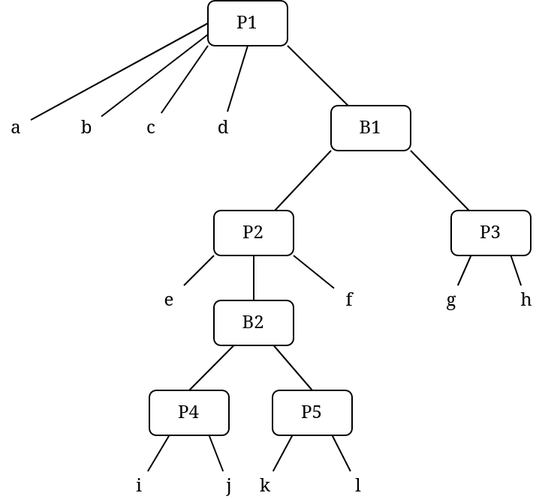
Earlier version of the draw.io export resources/cook_rpst.png (guillempla/bpmn-to-text). Source tidied: cells renumbered, new cells last; positions are measured from the earlier drawing's top-left corner, leaving out a move shared by most shapes. Source of this version:
```xml
<mxGraphModel>
  <root>
    <mxCell id="0" />
    <mxCell id="1" parent="0" />
    <mxCell id="2" style="jettySize=auto;html=1;exitX=0;exitY=0.5;exitDx=0;exitDy=0;jumpStyle=none;endArrow=none;endFill=0;rounded=0;" parent="1" edge="1" source="7" target="8">
      <mxGeometry relative="1" as="geometry" />
    </mxCell>
    <mxCell id="3" style="jettySize=auto;html=1;exitX=0;exitY=0.75;exitDx=0;exitDy=0;endArrow=none;endFill=0;rounded=0;" parent="1" edge="1" source="7" target="9">
      <mxGeometry relative="1" as="geometry" />
    </mxCell>
    <mxCell id="4" style="jettySize=auto;html=1;exitX=0;exitY=1;exitDx=0;exitDy=0;endArrow=none;endFill=0;rounded=0;" parent="1" edge="1" source="7" target="10">
      <mxGeometry relative="1" as="geometry" />
    </mxCell>
    <mxCell id="5" style="jettySize=auto;html=1;exitX=0.5;exitY=1;exitDx=0;exitDy=0;entryX=0.65;entryY=-0.05;entryDx=0;entryDy=0;entryPerimeter=0;endArrow=none;endFill=0;rounded=0;" parent="1" edge="1" source="7" target="11">
      <mxGeometry relative="1" as="geometry" />
    </mxCell>
    <mxCell id="6" style="jumpStyle=none;jettySize=auto;html=1;exitX=1;exitY=1;exitDx=0;exitDy=0;endArrow=none;endFill=0;rounded=0;" parent="1" edge="1" source="7" target="14">
      <mxGeometry relative="1" as="geometry" />
    </mxCell>
    <mxCell id="7" value="&lt;font face=&quot;Computer Modern&quot;&gt;P1&lt;/font&gt;" style="rounded=1;whiteSpace=wrap;html=1;" parent="1" vertex="1">
      <mxGeometry x="138" width="53" height="30" as="geometry" />
    </mxCell>
    <mxCell id="8" value="&lt;font face=&quot;Computer Modern&quot;&gt;a&lt;/font&gt;" style="text;html=1;align=center;verticalAlign=middle;points=[];strokeColor=none;fillColor=none;" parent="1" vertex="1">
      <mxGeometry y="75" width="20" height="20" as="geometry" />
    </mxCell>
    <mxCell id="9" value="&lt;font face=&quot;Computer Modern&quot;&gt;b&lt;/font&gt;" style="text;html=1;align=center;verticalAlign=middle;points=[];strokeColor=none;fillColor=none;" parent="1" vertex="1">
      <mxGeometry x="47" y="75" width="20" height="20" as="geometry" />
    </mxCell>
    <mxCell id="10" value="&lt;font face=&quot;Computer Modern&quot;&gt;c&lt;/font&gt;" style="text;html=1;align=center;verticalAlign=middle;points=[];strokeColor=none;fillColor=none;" parent="1" vertex="1">
      <mxGeometry x="90" y="75" width="20" height="20" as="geometry" />
    </mxCell>
    <mxCell id="11" value="&lt;font face=&quot;Computer Modern&quot;&gt;d&lt;/font&gt;" style="text;html=1;align=center;verticalAlign=middle;points=[];strokeColor=none;fillColor=none;" parent="1" vertex="1">
      <mxGeometry x="138" y="75" width="20" height="20" as="geometry" />
    </mxCell>
    <mxCell id="12" style="jumpStyle=none;jettySize=auto;html=1;exitX=0;exitY=1;exitDx=0;exitDy=0;shadow=0;sketch=0;endArrow=none;endFill=0;rounded=0;" parent="1" edge="1" source="14" target="18">
      <mxGeometry relative="1" as="geometry" />
    </mxCell>
    <mxCell id="13" style="jumpStyle=none;jettySize=auto;html=1;exitX=1;exitY=1;exitDx=0;exitDy=0;endArrow=none;endFill=0;rounded=0;" parent="1" edge="1" source="14" target="21">
      <mxGeometry relative="1" as="geometry" />
    </mxCell>
    <mxCell id="14" value="&lt;font face=&quot;Computer Modern&quot;&gt;B1&lt;/font&gt;" style="rounded=1;whiteSpace=wrap;html=1;" parent="1" vertex="1">
      <mxGeometry x="220" y="70" width="53" height="30" as="geometry" />
    </mxCell>
    <mxCell id="15" style="sketch=0;jumpStyle=none;jettySize=auto;html=1;exitX=0;exitY=1;exitDx=0;exitDy=0;shadow=0;endArrow=none;endFill=0;rounded=0;" parent="1" edge="1" source="18" target="27">
      <mxGeometry relative="1" as="geometry" />
    </mxCell>
    <mxCell id="16" style="sketch=0;jumpStyle=none;jettySize=auto;html=1;exitX=1;exitY=1;exitDx=0;exitDy=0;shadow=0;endArrow=none;endFill=0;rounded=0;" parent="1" edge="1" source="18" target="28">
      <mxGeometry relative="1" as="geometry" />
    </mxCell>
    <mxCell id="17" style="edgeStyle=orthogonalEdgeStyle;curved=1;sketch=0;jumpStyle=none;jettySize=auto;html=1;exitX=0.5;exitY=1;exitDx=0;exitDy=0;entryX=0.5;entryY=0;entryDx=0;entryDy=0;shadow=0;endArrow=none;endFill=0;" parent="1" edge="1" source="18" target="26">
      <mxGeometry relative="1" as="geometry" />
    </mxCell>
    <mxCell id="18" value="&lt;font face=&quot;Computer Modern&quot;&gt;P2&lt;/font&gt;" style="rounded=1;whiteSpace=wrap;html=1;" parent="1" vertex="1">
      <mxGeometry x="142" y="140" width="53" height="30" as="geometry" />
    </mxCell>
    <mxCell id="19" style="edgeStyle=none;rounded=0;sketch=0;jumpStyle=none;jettySize=auto;html=1;exitX=0.25;exitY=1;exitDx=0;exitDy=0;shadow=0;endArrow=none;endFill=0;" parent="1" edge="1" source="21" target="22">
      <mxGeometry relative="1" as="geometry" />
    </mxCell>
    <mxCell id="20" style="edgeStyle=none;rounded=0;sketch=0;jumpStyle=none;jettySize=auto;html=1;exitX=0.75;exitY=1;exitDx=0;exitDy=0;shadow=0;endArrow=none;endFill=0;" parent="1" edge="1" source="21" target="23">
      <mxGeometry relative="1" as="geometry" />
    </mxCell>
    <mxCell id="21" value="&lt;font face=&quot;Computer Modern&quot;&gt;P3&lt;/font&gt;" style="rounded=1;whiteSpace=wrap;html=1;" parent="1" vertex="1">
      <mxGeometry x="300" y="140" width="53" height="30" as="geometry" />
    </mxCell>
    <mxCell id="22" value="&lt;font face=&quot;Computer Modern&quot;&gt;g&lt;/font&gt;" style="text;html=1;align=center;verticalAlign=middle;points=[];strokeColor=none;fillColor=none;" parent="1" vertex="1">
      <mxGeometry x="290" y="190" width="20" height="20" as="geometry" />
    </mxCell>
    <mxCell id="23" value="&lt;font face=&quot;Computer Modern&quot;&gt;h&lt;/font&gt;" style="text;html=1;align=center;verticalAlign=middle;points=[];strokeColor=none;fillColor=none;" parent="1" vertex="1">
      <mxGeometry x="340" y="190" width="20" height="20" as="geometry" />
    </mxCell>
    <mxCell id="24" style="edgeStyle=none;rounded=0;sketch=0;jumpStyle=none;jettySize=auto;html=1;exitX=0.25;exitY=1;exitDx=0;exitDy=0;entryX=0.5;entryY=0;entryDx=0;entryDy=0;shadow=0;endArrow=none;endFill=0;" parent="1" edge="1" source="26" target="31">
      <mxGeometry relative="1" as="geometry" />
    </mxCell>
    <mxCell id="25" style="edgeStyle=none;rounded=0;sketch=0;jumpStyle=none;jettySize=auto;html=1;exitX=0.75;exitY=1;exitDx=0;exitDy=0;entryX=0.5;entryY=0;entryDx=0;entryDy=0;shadow=0;endArrow=none;endFill=0;" parent="1" edge="1" source="26" target="34">
      <mxGeometry relative="1" as="geometry" />
    </mxCell>
    <mxCell id="26" value="&lt;font face=&quot;Computer Modern&quot;&gt;B2&lt;/font&gt;" style="rounded=1;whiteSpace=wrap;html=1;" parent="1" vertex="1">
      <mxGeometry x="142" y="200" width="53" height="30" as="geometry" />
    </mxCell>
    <mxCell id="27" value="&lt;font face=&quot;Computer Modern&quot;&gt;e&lt;/font&gt;" style="text;html=1;align=center;verticalAlign=middle;points=[];strokeColor=none;fillColor=none;" parent="1" vertex="1">
      <mxGeometry x="102" y="190" width="20" height="20" as="geometry" />
    </mxCell>
    <mxCell id="28" value="&lt;font face=&quot;Computer Modern&quot;&gt;f&lt;/font&gt;" style="text;html=1;align=center;verticalAlign=middle;points=[];strokeColor=none;fillColor=none;" parent="1" vertex="1">
      <mxGeometry x="222" y="190" width="20" height="20" as="geometry" />
    </mxCell>
    <mxCell id="29" style="edgeStyle=none;rounded=0;sketch=0;jumpStyle=none;jettySize=auto;html=1;exitX=0.75;exitY=1;exitDx=0;exitDy=0;shadow=0;endArrow=none;endFill=0;" parent="1" edge="1" source="31" target="36">
      <mxGeometry relative="1" as="geometry" />
    </mxCell>
    <mxCell id="30" style="edgeStyle=none;rounded=0;sketch=0;jumpStyle=none;jettySize=auto;html=1;exitX=0.25;exitY=1;exitDx=0;exitDy=0;shadow=0;endArrow=none;endFill=0;" parent="1" edge="1" source="31" target="35">
      <mxGeometry relative="1" as="geometry" />
    </mxCell>
    <mxCell id="31" value="&lt;font face=&quot;Computer Modern&quot;&gt;P4&lt;/font&gt;" style="rounded=1;whiteSpace=wrap;html=1;" parent="1" vertex="1">
      <mxGeometry x="99" y="260" width="53" height="30" as="geometry" />
    </mxCell>
    <mxCell id="32" style="edgeStyle=none;rounded=0;sketch=0;jumpStyle=none;jettySize=auto;html=1;exitX=0.25;exitY=1;exitDx=0;exitDy=0;shadow=0;endArrow=none;endFill=0;" parent="1" edge="1" source="34" target="37">
      <mxGeometry relative="1" as="geometry" />
    </mxCell>
    <mxCell id="33" style="edgeStyle=none;rounded=0;sketch=0;jumpStyle=none;jettySize=auto;html=1;exitX=0.75;exitY=1;exitDx=0;exitDy=0;shadow=0;endArrow=none;endFill=0;" parent="1" edge="1" source="34" target="38">
      <mxGeometry relative="1" as="geometry" />
    </mxCell>
    <mxCell id="34" value="&lt;font face=&quot;Computer Modern&quot;&gt;P5&lt;/font&gt;" style="rounded=1;whiteSpace=wrap;html=1;" parent="1" vertex="1">
      <mxGeometry x="181" y="260" width="53" height="30" as="geometry" />
    </mxCell>
    <mxCell id="35" value="&lt;font face=&quot;Computer Modern&quot;&gt;i&lt;/font&gt;" style="text;html=1;align=center;verticalAlign=middle;points=[];strokeColor=none;fillColor=none;" parent="1" vertex="1">
      <mxGeometry x="82" y="314" width="20" height="20" as="geometry" />
    </mxCell>
    <mxCell id="36" value="&lt;font face=&quot;Computer Modern&quot;&gt;j&lt;/font&gt;" style="text;html=1;align=center;verticalAlign=middle;points=[];strokeColor=none;fillColor=none;" parent="1" vertex="1">
      <mxGeometry x="142" y="314" width="20" height="20" as="geometry" />
    </mxCell>
    <mxCell id="37" value="&lt;font face=&quot;Computer Modern&quot;&gt;k&lt;/font&gt;" style="text;html=1;align=center;verticalAlign=middle;points=[];strokeColor=none;fillColor=none;" parent="1" vertex="1">
      <mxGeometry x="166" y="314" width="20" height="20" as="geometry" />
    </mxCell>
    <mxCell id="38" value="&lt;font face=&quot;Computer Modern&quot;&gt;l&lt;/font&gt;" style="text;html=1;align=center;verticalAlign=middle;points=[];strokeColor=none;fillColor=none;" parent="1" vertex="1">
      <mxGeometry x="228" y="314" width="20" height="20" as="geometry" />
    </mxCell>
  </root>
</mxGraphModel>
```
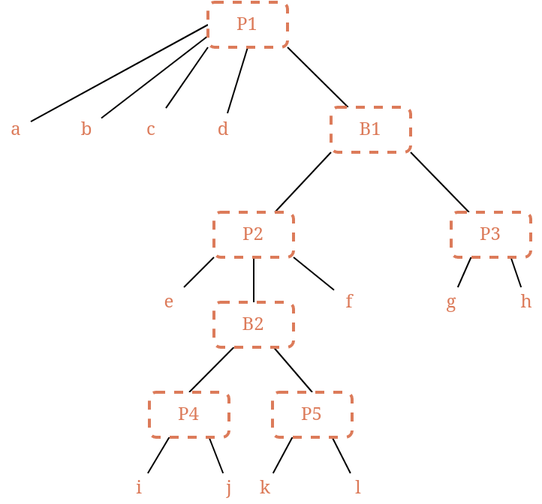
The same file after the commit.

Commit message:
Updated memory, updated cook rpst

The edit, as a diff of the source:
```diff
@@ -17,19 +17,19 @@
     <mxCell id="6" style="jumpStyle=none;jettySize=auto;html=1;exitX=1;exitY=1;exitDx=0;exitDy=0;endArrow=none;endFill=0;rounded=0;" parent="1" edge="1" source="7" target="14">
       <mxGeometry relative="1" as="geometry" />
     </mxCell>
-    <mxCell id="7" value="&lt;font face=&quot;Computer Modern&quot;&gt;P1&lt;/font&gt;" style="rounded=1;whiteSpace=wrap;html=1;" parent="1" vertex="1">
+    <mxCell id="7" value="&lt;font face=&quot;Computer Modern&quot; color=&quot;#DC7B5A&quot;&gt;P1&lt;/font&gt;" style="rounded=1;whiteSpace=wrap;html=1;strokeColor=#dc7b5a;dashed=1;strokeWidth=2;" parent="1" vertex="1">
       <mxGeometry x="138" width="53" height="30" as="geometry" />
     </mxCell>
-    <mxCell id="8" value="&lt;font face=&quot;Computer Modern&quot;&gt;a&lt;/font&gt;" style="text;html=1;align=center;verticalAlign=middle;points=[];strokeColor=none;fillColor=none;" parent="1" vertex="1">
+    <mxCell id="8" value="&lt;font face=&quot;Computer Modern&quot; color=&quot;#DC7B5A&quot;&gt;a&lt;/font&gt;" style="text;html=1;align=center;verticalAlign=middle;points=[];strokeColor=none;fillColor=none;" parent="1" vertex="1">
       <mxGeometry y="75" width="20" height="20" as="geometry" />
     </mxCell>
-    <mxCell id="9" value="&lt;font face=&quot;Computer Modern&quot;&gt;b&lt;/font&gt;" style="text;html=1;align=center;verticalAlign=middle;points=[];strokeColor=none;fillColor=none;" parent="1" vertex="1">
-      <mxGeometry x="47" y="75" width="20" height="20" as="geometry" />
+    <mxCell id="9" value="&lt;p style=&quot;line-height: 1;&quot;&gt;&lt;font face=&quot;Computer Modern&quot; color=&quot;#DC7B5A&quot;&gt;b&lt;/font&gt;&lt;/p&gt;" style="text;html=1;align=center;verticalAlign=middle;points=[];strokeColor=none;fillColor=none;" parent="1" vertex="1">
+      <mxGeometry x="47" y="65" width="20" height="40" as="geometry" />
     </mxCell>
-    <mxCell id="10" value="&lt;font face=&quot;Computer Modern&quot;&gt;c&lt;/font&gt;" style="text;html=1;align=center;verticalAlign=middle;points=[];strokeColor=none;fillColor=none;" parent="1" vertex="1">
-      <mxGeometry x="90" y="75" width="20" height="20" as="geometry" />
+    <mxCell id="10" value="&lt;p style=&quot;line-height: 1;&quot;&gt;&lt;font face=&quot;Computer Modern&quot; color=&quot;#DC7B5A&quot;&gt;c&lt;/font&gt;&lt;/p&gt;" style="text;html=1;align=center;verticalAlign=middle;points=[];strokeColor=none;fillColor=none;" parent="1" vertex="1">
+      <mxGeometry x="90" y="65" width="20" height="40" as="geometry" />
     </mxCell>
-    <mxCell id="11" value="&lt;font face=&quot;Computer Modern&quot;&gt;d&lt;/font&gt;" style="text;html=1;align=center;verticalAlign=middle;points=[];strokeColor=none;fillColor=none;" parent="1" vertex="1">
+    <mxCell id="11" value="&lt;font face=&quot;Computer Modern&quot; color=&quot;#DC7B5A&quot;&gt;d&lt;/font&gt;" style="text;html=1;align=center;verticalAlign=middle;points=[];strokeColor=none;fillColor=none;" parent="1" vertex="1">
       <mxGeometry x="138" y="75" width="20" height="20" as="geometry" />
     </mxCell>
     <mxCell id="12" style="jumpStyle=none;jettySize=auto;html=1;exitX=0;exitY=1;exitDx=0;exitDy=0;shadow=0;sketch=0;endArrow=none;endFill=0;rounded=0;" parent="1" edge="1" source="14" target="18">
@@ -38,7 +38,7 @@
     <mxCell id="13" style="jumpStyle=none;jettySize=auto;html=1;exitX=1;exitY=1;exitDx=0;exitDy=0;endArrow=none;endFill=0;rounded=0;" parent="1" edge="1" source="14" target="21">
       <mxGeometry relative="1" as="geometry" />
     </mxCell>
-    <mxCell id="14" value="&lt;font face=&quot;Computer Modern&quot;&gt;B1&lt;/font&gt;" style="rounded=1;whiteSpace=wrap;html=1;" parent="1" vertex="1">
+    <mxCell id="14" value="&lt;font face=&quot;Computer Modern&quot; color=&quot;#DC7B5A&quot;&gt;B1&lt;/font&gt;" style="rounded=1;whiteSpace=wrap;html=1;strokeColor=#DC7B5A;dashed=1;strokeWidth=2;" parent="1" vertex="1">
       <mxGeometry x="220" y="70" width="53" height="30" as="geometry" />
     </mxCell>
     <mxCell id="15" style="sketch=0;jumpStyle=none;jettySize=auto;html=1;exitX=0;exitY=1;exitDx=0;exitDy=0;shadow=0;endArrow=none;endFill=0;rounded=0;" parent="1" edge="1" source="18" target="27">
@@ -50,7 +50,7 @@
     <mxCell id="17" style="edgeStyle=orthogonalEdgeStyle;curved=1;sketch=0;jumpStyle=none;jettySize=auto;html=1;exitX=0.5;exitY=1;exitDx=0;exitDy=0;entryX=0.5;entryY=0;entryDx=0;entryDy=0;shadow=0;endArrow=none;endFill=0;" parent="1" edge="1" source="18" target="26">
       <mxGeometry relative="1" as="geometry" />
     </mxCell>
-    <mxCell id="18" value="&lt;font face=&quot;Computer Modern&quot;&gt;P2&lt;/font&gt;" style="rounded=1;whiteSpace=wrap;html=1;" parent="1" vertex="1">
+    <mxCell id="18" value="&lt;font face=&quot;Computer Modern&quot; color=&quot;#DC7B5A&quot;&gt;P2&lt;/font&gt;" style="rounded=1;whiteSpace=wrap;html=1;strokeWidth=2;dashed=1;strokeColor=#DC7B5A;" parent="1" vertex="1">
       <mxGeometry x="142" y="140" width="53" height="30" as="geometry" />
     </mxCell>
     <mxCell id="19" style="edgeStyle=none;rounded=0;sketch=0;jumpStyle=none;jettySize=auto;html=1;exitX=0.25;exitY=1;exitDx=0;exitDy=0;shadow=0;endArrow=none;endFill=0;" parent="1" edge="1" source="21" target="22">
@@ -59,13 +59,13 @@
     <mxCell id="20" style="edgeStyle=none;rounded=0;sketch=0;jumpStyle=none;jettySize=auto;html=1;exitX=0.75;exitY=1;exitDx=0;exitDy=0;shadow=0;endArrow=none;endFill=0;" parent="1" edge="1" source="21" target="23">
       <mxGeometry relative="1" as="geometry" />
     </mxCell>
-    <mxCell id="21" value="&lt;font face=&quot;Computer Modern&quot;&gt;P3&lt;/font&gt;" style="rounded=1;whiteSpace=wrap;html=1;" parent="1" vertex="1">
+    <mxCell id="21" value="&lt;font face=&quot;Computer Modern&quot; color=&quot;#DC7B5A&quot;&gt;P3&lt;/font&gt;" style="rounded=1;whiteSpace=wrap;html=1;dashed=1;strokeColor=#DC7B5A;strokeWidth=2;" parent="1" vertex="1">
       <mxGeometry x="300" y="140" width="53" height="30" as="geometry" />
     </mxCell>
-    <mxCell id="22" value="&lt;font face=&quot;Computer Modern&quot;&gt;g&lt;/font&gt;" style="text;html=1;align=center;verticalAlign=middle;points=[];strokeColor=none;fillColor=none;" parent="1" vertex="1">
+    <mxCell id="22" value="&lt;font face=&quot;Computer Modern&quot; color=&quot;#DC7B5A&quot;&gt;g&lt;/font&gt;" style="text;html=1;align=center;verticalAlign=middle;points=[];strokeColor=none;fillColor=none;" parent="1" vertex="1">
       <mxGeometry x="290" y="190" width="20" height="20" as="geometry" />
     </mxCell>
-    <mxCell id="23" value="&lt;font face=&quot;Computer Modern&quot;&gt;h&lt;/font&gt;" style="text;html=1;align=center;verticalAlign=middle;points=[];strokeColor=none;fillColor=none;" parent="1" vertex="1">
+    <mxCell id="23" value="&lt;font face=&quot;Computer Modern&quot; color=&quot;#DC7B5A&quot;&gt;h&lt;/font&gt;" style="text;html=1;align=center;verticalAlign=middle;points=[];strokeColor=none;fillColor=none;" parent="1" vertex="1">
       <mxGeometry x="340" y="190" width="20" height="20" as="geometry" />
     </mxCell>
     <mxCell id="24" style="edgeStyle=none;rounded=0;sketch=0;jumpStyle=none;jettySize=auto;html=1;exitX=0.25;exitY=1;exitDx=0;exitDy=0;entryX=0.5;entryY=0;entryDx=0;entryDy=0;shadow=0;endArrow=none;endFill=0;" parent="1" edge="1" source="26" target="31">
@@ -74,13 +74,13 @@
     <mxCell id="25" style="edgeStyle=none;rounded=0;sketch=0;jumpStyle=none;jettySize=auto;html=1;exitX=0.75;exitY=1;exitDx=0;exitDy=0;entryX=0.5;entryY=0;entryDx=0;entryDy=0;shadow=0;endArrow=none;endFill=0;" parent="1" edge="1" source="26" target="34">
       <mxGeometry relative="1" as="geometry" />
     </mxCell>
-    <mxCell id="26" value="&lt;font face=&quot;Computer Modern&quot;&gt;B2&lt;/font&gt;" style="rounded=1;whiteSpace=wrap;html=1;" parent="1" vertex="1">
+    <mxCell id="26" value="&lt;font face=&quot;Computer Modern&quot; color=&quot;#DC7B5A&quot;&gt;B2&lt;/font&gt;" style="rounded=1;whiteSpace=wrap;html=1;strokeColor=#DC7B5A;strokeWidth=2;dashed=1;" parent="1" vertex="1">
       <mxGeometry x="142" y="200" width="53" height="30" as="geometry" />
     </mxCell>
-    <mxCell id="27" value="&lt;font face=&quot;Computer Modern&quot;&gt;e&lt;/font&gt;" style="text;html=1;align=center;verticalAlign=middle;points=[];strokeColor=none;fillColor=none;" parent="1" vertex="1">
+    <mxCell id="27" value="&lt;font face=&quot;Computer Modern&quot; color=&quot;#DC7B5A&quot;&gt;e&lt;/font&gt;" style="text;html=1;align=center;verticalAlign=middle;points=[];strokeColor=none;fillColor=none;" parent="1" vertex="1">
       <mxGeometry x="102" y="190" width="20" height="20" as="geometry" />
     </mxCell>
-    <mxCell id="28" value="&lt;font face=&quot;Computer Modern&quot;&gt;f&lt;/font&gt;" style="text;html=1;align=center;verticalAlign=middle;points=[];strokeColor=none;fillColor=none;" parent="1" vertex="1">
+    <mxCell id="28" value="&lt;font face=&quot;Computer Modern&quot; color=&quot;#DC7B5A&quot;&gt;f&lt;/font&gt;" style="text;html=1;align=center;verticalAlign=middle;points=[];strokeColor=none;fillColor=none;" parent="1" vertex="1">
       <mxGeometry x="222" y="190" width="20" height="20" as="geometry" />
     </mxCell>
     <mxCell id="29" style="edgeStyle=none;rounded=0;sketch=0;jumpStyle=none;jettySize=auto;html=1;exitX=0.75;exitY=1;exitDx=0;exitDy=0;shadow=0;endArrow=none;endFill=0;" parent="1" edge="1" source="31" target="36">
@@ -89,7 +89,7 @@
     <mxCell id="30" style="edgeStyle=none;rounded=0;sketch=0;jumpStyle=none;jettySize=auto;html=1;exitX=0.25;exitY=1;exitDx=0;exitDy=0;shadow=0;endArrow=none;endFill=0;" parent="1" edge="1" source="31" target="35">
       <mxGeometry relative="1" as="geometry" />
     </mxCell>
-    <mxCell id="31" value="&lt;font face=&quot;Computer Modern&quot;&gt;P4&lt;/font&gt;" style="rounded=1;whiteSpace=wrap;html=1;" parent="1" vertex="1">
+    <mxCell id="31" value="&lt;font face=&quot;Computer Modern&quot; color=&quot;#DC7B5A&quot;&gt;P4&lt;/font&gt;" style="rounded=1;whiteSpace=wrap;html=1;strokeColor=#DC7B5A;dashed=1;strokeWidth=2;" parent="1" vertex="1">
       <mxGeometry x="99" y="260" width="53" height="30" as="geometry" />
     </mxCell>
     <mxCell id="32" style="edgeStyle=none;rounded=0;sketch=0;jumpStyle=none;jettySize=auto;html=1;exitX=0.25;exitY=1;exitDx=0;exitDy=0;shadow=0;endArrow=none;endFill=0;" parent="1" edge="1" source="34" target="37">
@@ -98,19 +98,19 @@
     <mxCell id="33" style="edgeStyle=none;rounded=0;sketch=0;jumpStyle=none;jettySize=auto;html=1;exitX=0.75;exitY=1;exitDx=0;exitDy=0;shadow=0;endArrow=none;endFill=0;" parent="1" edge="1" source="34" target="38">
       <mxGeometry relative="1" as="geometry" />
     </mxCell>
-    <mxCell id="34" value="&lt;font face=&quot;Computer Modern&quot;&gt;P5&lt;/font&gt;" style="rounded=1;whiteSpace=wrap;html=1;" parent="1" vertex="1">
+    <mxCell id="34" value="&lt;font face=&quot;Computer Modern&quot; color=&quot;#DC7B5A&quot;&gt;P5&lt;/font&gt;" style="rounded=1;whiteSpace=wrap;html=1;strokeColor=#DC7B5A;strokeWidth=2;dashed=1;" parent="1" vertex="1">
       <mxGeometry x="181" y="260" width="53" height="30" as="geometry" />
     </mxCell>
-    <mxCell id="35" value="&lt;font face=&quot;Computer Modern&quot;&gt;i&lt;/font&gt;" style="text;html=1;align=center;verticalAlign=middle;points=[];strokeColor=none;fillColor=none;" parent="1" vertex="1">
+    <mxCell id="35" value="&lt;font face=&quot;Computer Modern&quot; color=&quot;#DC7B5A&quot;&gt;i&lt;/font&gt;" style="text;html=1;align=center;verticalAlign=middle;points=[];strokeColor=none;fillColor=none;" parent="1" vertex="1">
       <mxGeometry x="82" y="314" width="20" height="20" as="geometry" />
     </mxCell>
-    <mxCell id="36" value="&lt;font face=&quot;Computer Modern&quot;&gt;j&lt;/font&gt;" style="text;html=1;align=center;verticalAlign=middle;points=[];strokeColor=none;fillColor=none;" parent="1" vertex="1">
+    <mxCell id="36" value="&lt;font face=&quot;Computer Modern&quot; color=&quot;#DC7B5A&quot;&gt;j&lt;/font&gt;" style="text;html=1;align=center;verticalAlign=middle;points=[];strokeColor=none;fillColor=none;" parent="1" vertex="1">
       <mxGeometry x="142" y="314" width="20" height="20" as="geometry" />
     </mxCell>
-    <mxCell id="37" value="&lt;font face=&quot;Computer Modern&quot;&gt;k&lt;/font&gt;" style="text;html=1;align=center;verticalAlign=middle;points=[];strokeColor=none;fillColor=none;" parent="1" vertex="1">
+    <mxCell id="37" value="&lt;font face=&quot;Computer Modern&quot; color=&quot;#DC7B5A&quot;&gt;k&lt;/font&gt;" style="text;html=1;align=center;verticalAlign=middle;points=[];strokeColor=none;fillColor=none;" parent="1" vertex="1">
       <mxGeometry x="166" y="314" width="20" height="20" as="geometry" />
     </mxCell>
-    <mxCell id="38" value="&lt;font face=&quot;Computer Modern&quot;&gt;l&lt;/font&gt;" style="text;html=1;align=center;verticalAlign=middle;points=[];strokeColor=none;fillColor=none;" parent="1" vertex="1">
+    <mxCell id="38" value="&lt;font face=&quot;Computer Modern&quot; color=&quot;#DC7B5A&quot;&gt;l&lt;/font&gt;" style="text;html=1;align=center;verticalAlign=middle;points=[];strokeColor=none;fillColor=none;" parent="1" vertex="1">
       <mxGeometry x="228" y="314" width="20" height="20" as="geometry" />
     </mxCell>
   </root>
```
